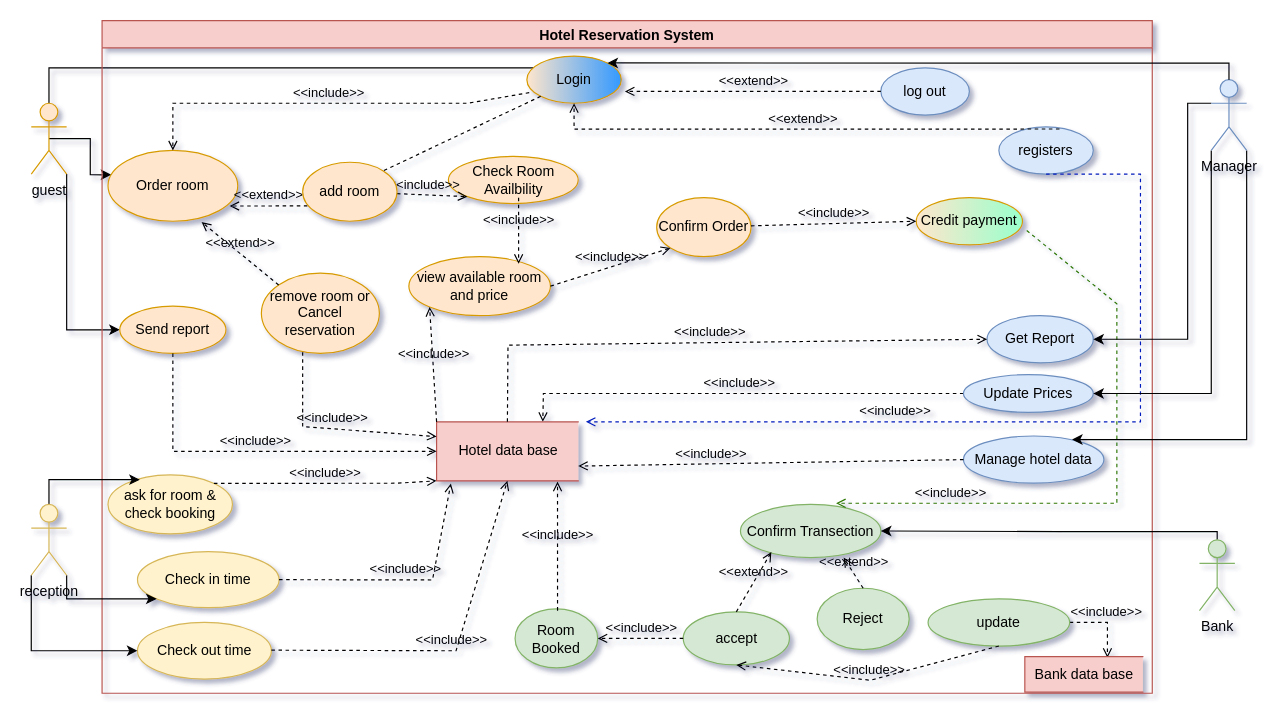
Earlier version of the draw.io diagram use case Vol3.drawio (AhmedTarek-95/System-Desine). Source tidied: cells renumbered, new cells numbered last; positions are measured from the earlier drawing's top-left corner, leaving out a move shared by most shapes. Both pictures are drawn from the tidied source at 118%, with x=0, y=0 at pixel (31, 20).
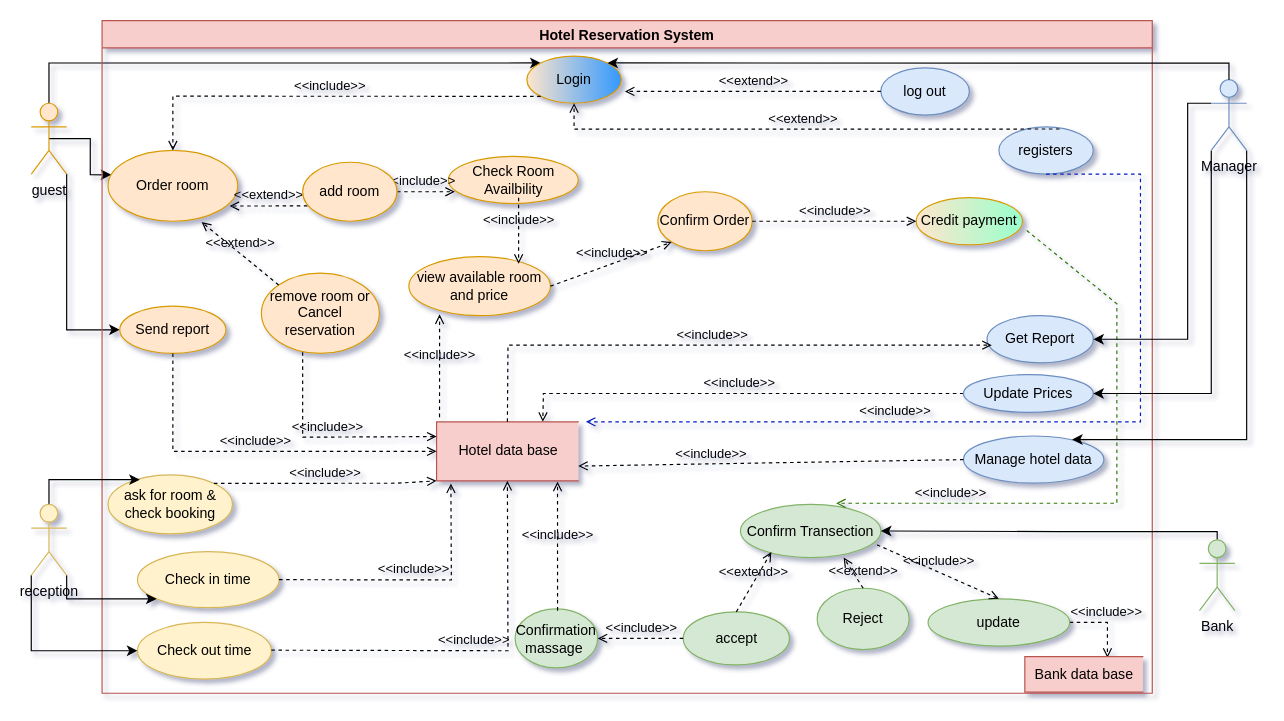
The same diagram, later.

The change refers to these unchanged cells:
```xml
<mxCell id="5" value="guest" style="shape=umlActor;verticalLabelPosition=bottom;verticalAlign=top;html=1;outlineConnect=0;fillColor=#ffe6cc;strokeColor=#d79b00;" parent="1" vertex="1">
  <mxGeometry y="70" width="30" height="60" as="geometry" />
</mxCell>
<mxCell id="6" value="Hotel Reservation System" style="swimlane;fillColor=#f8cecc;strokeColor=#b85450;" parent="1" vertex="1">
  <mxGeometry x="60" width="890" height="570" as="geometry" />
</mxCell>
<mxCell id="8" value="Login" style="ellipse;whiteSpace=wrap;html=1;gradientDirection=east;fillColor=#ffe6cc;strokeColor=#d79b00;gradientColor=#3399FF;" parent="6" vertex="1">
  <mxGeometry x="360" y="30" width="80" height="40" as="geometry" />
</mxCell>
<mxCell id="9" value="Check Room Availbility" style="ellipse;whiteSpace=wrap;html=1;fillColor=#ffe6cc;strokeColor=#d79b00;" parent="6" vertex="1">
  <mxGeometry x="293.5" y="115" width="110" height="40" as="geometry" />
</mxCell>
<mxCell id="10" value="Order room" style="ellipse;whiteSpace=wrap;html=1;fillColor=#ffe6cc;strokeColor=#d79b00;" parent="6" vertex="1">
  <mxGeometry x="5" y="110" width="110" height="60" as="geometry" />
</mxCell>
<mxCell id="13" value="Check in time" style="ellipse;whiteSpace=wrap;html=1;fillColor=#fff2cc;strokeColor=#d6b656;" parent="6" vertex="1">
  <mxGeometry x="30" y="450" width="120" height="47.5" as="geometry" />
</mxCell>
<mxCell id="14" value="Confirm Transection" style="ellipse;whiteSpace=wrap;html=1;fillColor=#d5e8d4;strokeColor=#82b366;" parent="6" vertex="1">
  <mxGeometry x="541" y="410" width="119" height="45" as="geometry" />
</mxCell>
<mxCell id="15" value="view available room and price" style="ellipse;whiteSpace=wrap;html=1;fillColor=#ffe6cc;strokeColor=#d79b00;" parent="6" vertex="1">
  <mxGeometry x="260" y="200" width="120" height="50" as="geometry" />
</mxCell>
<mxCell id="16" value="accept" style="ellipse;whiteSpace=wrap;html=1;fillColor=#d5e8d4;strokeColor=#82b366;" parent="6" vertex="1">
  <mxGeometry x="492.5" y="501" width="90" height="45" as="geometry" />
</mxCell>
<mxCell id="17" value="Reject" style="ellipse;whiteSpace=wrap;html=1;fillColor=#d5e8d4;strokeColor=#82b366;" parent="6" vertex="1">
  <mxGeometry x="606" y="481" width="78" height="52" as="geometry" />
</mxCell>
<mxCell id="21" value="update" style="ellipse;whiteSpace=wrap;html=1;fillColor=#d5e8d4;strokeColor=#82b366;" parent="6" vertex="1">
  <mxGeometry x="700" y="490" width="120" height="40" as="geometry" />
</mxCell>
<mxCell id="29" value="remove room or Cancel reservation" style="ellipse;whiteSpace=wrap;html=1;fillColor=#ffe6cc;strokeColor=#d79b00;" parent="6" vertex="1">
  <mxGeometry x="135" y="214" width="100" height="68" as="geometry" />
</mxCell>
<mxCell id="34" value="Hotel data base" style="html=1;dashed=0;whitespace=wrap;shape=partialRectangle;right=0;fillColor=#f8cecc;strokeColor=#b85450;" parent="6" vertex="1">
  <mxGeometry x="283.5" y="340" width="120" height="50" as="geometry" />
</mxCell>
<mxCell id="47" value="add room" style="ellipse;whiteSpace=wrap;html=1;fillColor=#ffe6cc;strokeColor=#d79b00;" parent="6" vertex="1">
  <mxGeometry x="170" y="120" width="80" height="50" as="geometry" />
</mxCell>
<mxCell id="52" value="Get Report" style="ellipse;whiteSpace=wrap;html=1;fillColor=#dae8fc;strokeColor=#6c8ebf;" parent="6" vertex="1">
  <mxGeometry x="750" y="250" width="90" height="40" as="geometry" />
</mxCell>
```

The edit, as a diff of the source:
```diff
@@
-    <mxCell id="2" style="edgeStyle=orthogonalEdgeStyle;rounded=0;jettySize=auto;html=1;exitX=0.5;exitY=0;exitDx=0;exitDy=0;exitPerimeter=0;entryX=0.075;entryY=0.275;entryDx=0;entryDy=0;entryPerimeter=0;" parent="1" edge="1" source="5" target="8">
-      <mxGeometry relative="1" as="geometry">
-        <Array as="points">
-          <mxPoint x="15" y="40" />
-          <mxPoint x="430" y="40" />
-          <mxPoint x="430" y="41" />
-        </Array>
-      </mxGeometry>
-    </mxCell>
@@
+    <mxCell id="2" style="edgeStyle=orthogonalEdgeStyle;rounded=0;jettySize=auto;html=1;exitX=0.5;exitY=0;exitDx=0;exitDy=0;exitPerimeter=0;entryX=0;entryY=0;entryDx=0;entryDy=0;" parent="1" edge="1" source="5" target="8">
+      <mxGeometry relative="1" as="geometry" />
+    </mxCell>
@@
     <mxCell id="20" value="&amp;lt;&amp;lt;extend&amp;gt;&amp;gt;" style="html=1;verticalAlign=bottom;labelBackgroundColor=none;endArrow=open;endFill=0;dashed=1;rounded=0;entryX=0.735;entryY=1.001;entryDx=0;entryDy=0;exitX=0.5;exitY=0;exitDx=0;exitDy=0;entryPerimeter=0;" parent="6" edge="1" source="17" target="14">
-      <mxGeometry relative="1" as="geometry" />
+      <mxGeometry x="-0.67" y="-3" relative="1" as="geometry" />
     </mxCell>
@@
-    <mxCell id="22" value="&amp;lt;&amp;lt;include&amp;gt;&amp;gt;" style="html=1;verticalAlign=bottom;labelBackgroundColor=none;endArrow=open;endFill=0;dashed=1;rounded=0;entryX=0.5;entryY=0;entryDx=0;entryDy=0;endSize=6;jumpSize=6;strokeWidth=1;exitX=0.025;exitY=0.775;exitDx=0;exitDy=0;exitPerimeter=0;" parent="6" edge="1" source="8" target="10">
+    <mxCell id="22" value="&amp;lt;&amp;lt;include&amp;gt;&amp;gt;" style="html=1;verticalAlign=bottom;labelBackgroundColor=none;endArrow=open;endFill=0;dashed=1;rounded=0;entryX=0.5;entryY=0;entryDx=0;entryDy=0;endSize=6;jumpSize=6;strokeWidth=1;exitX=0;exitY=1;exitDx=0;exitDy=0;" parent="6" edge="1" source="8" target="10">
       <mxGeometry relative="1" as="geometry">
         <Array as="points">
-          <mxPoint x="310" y="70" />
-          <mxPoint x="60" y="70" />
+          <mxPoint x="60" y="64" />
         </Array>
       </mxGeometry>
     </mxCell>
@@
-    <mxCell id="25" value="Room Booked" style="ellipse;whiteSpace=wrap;html=1;fillColor=#d5e8d4;strokeColor=#82b366;" parent="6" vertex="1">
+    <mxCell id="25" value="Confirmation massage&amp;nbsp;" style="ellipse;whiteSpace=wrap;html=1;fillColor=#d5e8d4;strokeColor=#82b366;" parent="6" vertex="1">
       <mxGeometry x="350" y="498.5" width="70" height="50" as="geometry" />
     </mxCell>
@@
     <mxCell id="27" value="&amp;lt;&amp;lt;include&amp;gt;&amp;gt;" style="html=1;verticalAlign=bottom;labelBackgroundColor=none;endArrow=open;endFill=0;dashed=1;rounded=0;exitX=1;exitY=0.5;exitDx=0;exitDy=0;entryX=0.101;entryY=1.044;entryDx=0;entryDy=0;entryPerimeter=0;" parent="6" edge="1" source="13" target="34">
       <mxGeometry relative="1" as="geometry">
         <Array as="points">
-          <mxPoint x="280" y="474" />
+          <mxPoint x="296" y="474" />
         </Array>
       </mxGeometry>
     </mxCell>
@@
-    <mxCell id="32" value="&amp;lt;&amp;lt;include&amp;gt;&amp;gt;" style="html=1;verticalAlign=bottom;labelBackgroundColor=none;endArrow=open;endFill=0;dashed=1;rounded=0;entryX=0;entryY=1;entryDx=0;entryDy=0;startArrow=none;" parent="6" edge="1" source="47" target="9">
-      <mxGeometry x="-0.22" relative="1" as="geometry" />
+    <mxCell id="32" value="&amp;lt;&amp;lt;include&amp;gt;&amp;gt;" style="html=1;verticalAlign=bottom;labelBackgroundColor=none;endArrow=open;endFill=0;dashed=1;rounded=0;startArrow=none;" parent="6" edge="1" source="47">
+      <mxGeometry x="-0.22" relative="1" as="geometry">
+        <mxPoint x="299" y="145" as="targetPoint" />
+      </mxGeometry>
     </mxCell>
@@
     <mxCell id="43" value="Confirm Order" style="ellipse;whiteSpace=wrap;html=1;fillColor=#ffe6cc;strokeColor=#d79b00;" parent="6" vertex="1">
-      <mxGeometry x="470" y="150" width="80" height="50" as="geometry" />
+      <mxGeometry x="471" y="145" width="80" height="50" as="geometry" />
     </mxCell>
@@
-    <mxCell id="48" style="html=1;verticalAlign=bottom;labelBackgroundColor=none;endArrow=none;endFill=0;dashed=1;rounded=0;entryX=1;entryY=0;entryDx=0;entryDy=0;exitX=0;exitY=1;exitDx=0;exitDy=0;" parent="6" edge="1" source="8" target="47">
-      <mxGeometry x="-0.22" relative="1" as="geometry" />
-    </mxCell>
     <mxCell id="49" value="&amp;lt;&amp;lt;include&amp;gt;&amp;gt;" style="html=1;verticalAlign=bottom;labelBackgroundColor=none;endArrow=open;endFill=0;dashed=1;rounded=0;entryX=0;entryY=0.25;entryDx=0;entryDy=0;startArrow=none;exitX=0.35;exitY=0.985;exitDx=0;exitDy=0;exitPerimeter=0;" parent="6" edge="1" source="29" target="34">
       <mxGeometry relative="1" as="geometry">
         <Array as="points">
-          <mxPoint x="170" y="344" />
+          <mxPoint x="170" y="353" />
         </Array>
       </mxGeometry>
     </mxCell>
@@
     <mxCell id="54" value="&amp;lt;&amp;lt;include&amp;gt;&amp;gt;" style="html=1;verticalAlign=bottom;labelBackgroundColor=none;endArrow=open;endFill=0;dashed=1;rounded=0;entryX=0.5;entryY=1;entryDx=0;entryDy=0;" parent="6" edge="1" target="34">
       <mxGeometry relative="1" as="geometry">
         <mxPoint x="143.5" y="533.5" as="sourcePoint" />
         <Array as="points">
-          <mxPoint x="300" y="534" />
+          <mxPoint x="344" y="534" />
         </Array>
       </mxGeometry>
     </mxCell>
-    <mxCell id="55" value="&amp;lt;&amp;lt;include&amp;gt;&amp;gt;" style="html=1;verticalAlign=bottom;labelBackgroundColor=none;endArrow=open;endFill=0;dashed=1;rounded=0;exitX=0;exitY=0;exitDx=0;exitDy=0;entryX=0;entryY=1;entryDx=0;entryDy=0;" parent="6" edge="1" source="34" target="15">
-      <mxGeometry relative="1" as="geometry" />
+    <mxCell id="55" value="&amp;lt;&amp;lt;include&amp;gt;&amp;gt;" style="html=1;verticalAlign=bottom;labelBackgroundColor=none;endArrow=open;endFill=0;dashed=1;rounded=0;entryX=0.217;entryY=0.978;entryDx=0;entryDy=0;entryPerimeter=0;" parent="6" edge="1" target="15">
+      <mxGeometry relative="1" as="geometry">
+        <mxPoint x="286" y="336" as="sourcePoint" />
+      </mxGeometry>
     </mxCell>
-    <mxCell id="56" value="&amp;lt;&amp;lt;include&amp;gt;&amp;gt;" style="html=1;verticalAlign=bottom;labelBackgroundColor=none;endArrow=open;endFill=0;dashed=1;rounded=0;exitX=0.5;exitY=1;exitDx=0;exitDy=0;entryX=0.5;entryY=1;entryDx=0;entryDy=0;" parent="6" edge="1" source="21" target="16">
-      <mxGeometry relative="1" as="geometry">
-        <Array as="points">
-          <mxPoint x="651" y="559" />
-        </Array>
-      </mxGeometry>
+    <mxCell id="56" value="&amp;lt;&amp;lt;include&amp;gt;&amp;gt;" style="html=1;verticalAlign=bottom;labelBackgroundColor=none;endArrow=open;endFill=0;dashed=1;rounded=0;entryX=0.5;entryY=0;entryDx=0;entryDy=0;exitX=0.972;exitY=0.759;exitDx=0;exitDy=0;exitPerimeter=0;" parent="6" edge="1" source="14" target="21">
+      <mxGeometry relative="1" as="geometry" />
     </mxCell>
-    <mxCell id="57" value="&amp;lt;&amp;lt;include&amp;gt;&amp;gt;" style="html=1;verticalAlign=bottom;labelBackgroundColor=none;endArrow=open;endFill=0;dashed=1;rounded=0;entryX=0;entryY=0.5;entryDx=0;entryDy=0;exitX=0.5;exitY=0;exitDx=0;exitDy=0;" parent="6" edge="1" source="34" target="52">
+    <mxCell id="57" value="&amp;lt;&amp;lt;include&amp;gt;&amp;gt;" style="html=1;verticalAlign=bottom;labelBackgroundColor=none;endArrow=open;endFill=0;dashed=1;rounded=0;exitX=0.5;exitY=0;exitDx=0;exitDy=0;" parent="6" edge="1" source="34">
       <mxGeometry relative="1" as="geometry">
+        <mxPoint x="754" y="275" as="targetPoint" />
         <Array as="points">
           <mxPoint x="344" y="275" />
         </Array>
       </mxGeometry>
     </mxCell>
```
